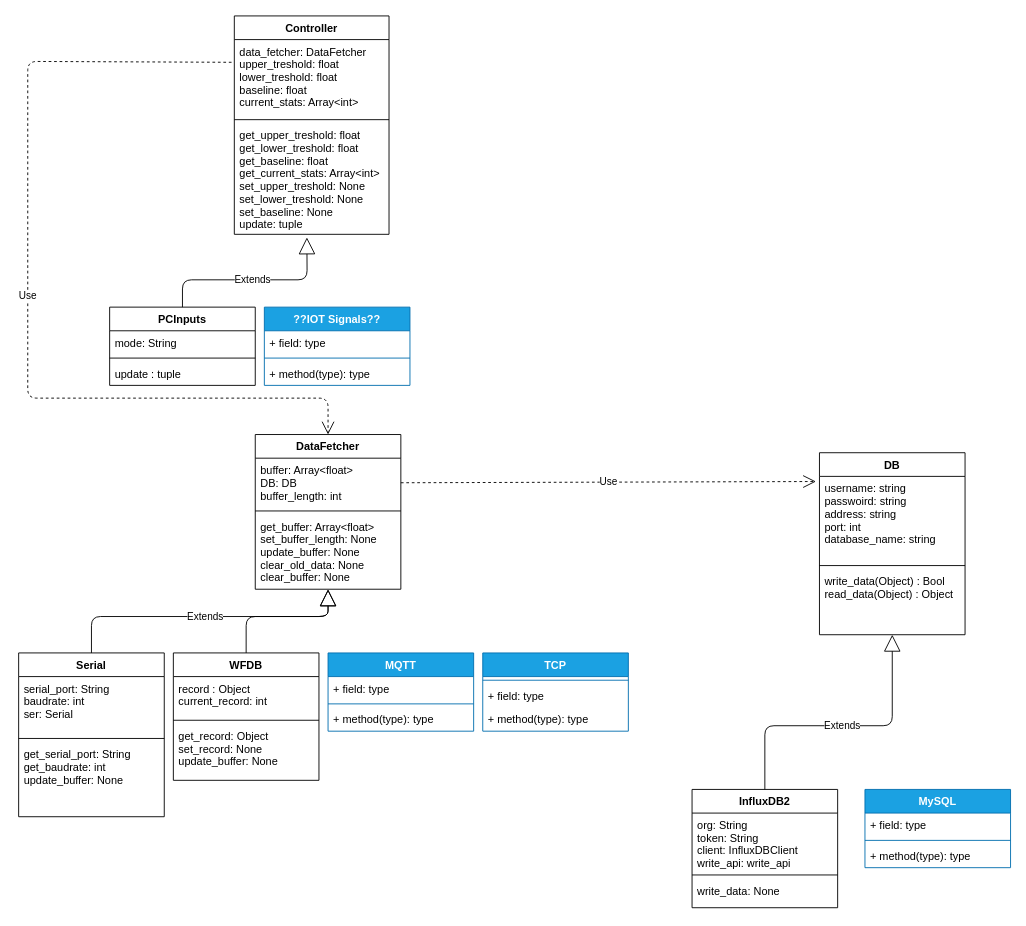
This is UML.drawio from Das-Horn/BIOSLAM-Project, a draw.io file, before an edit. Source tidied: cells renumbered, new cells numbered last; positions are measured from the earlier drawing's top-left corner, leaving out a move shared by most shapes. Both pictures are drawn from the tidied source at 91%, with x=0, y=0 at pixel (18, 15).
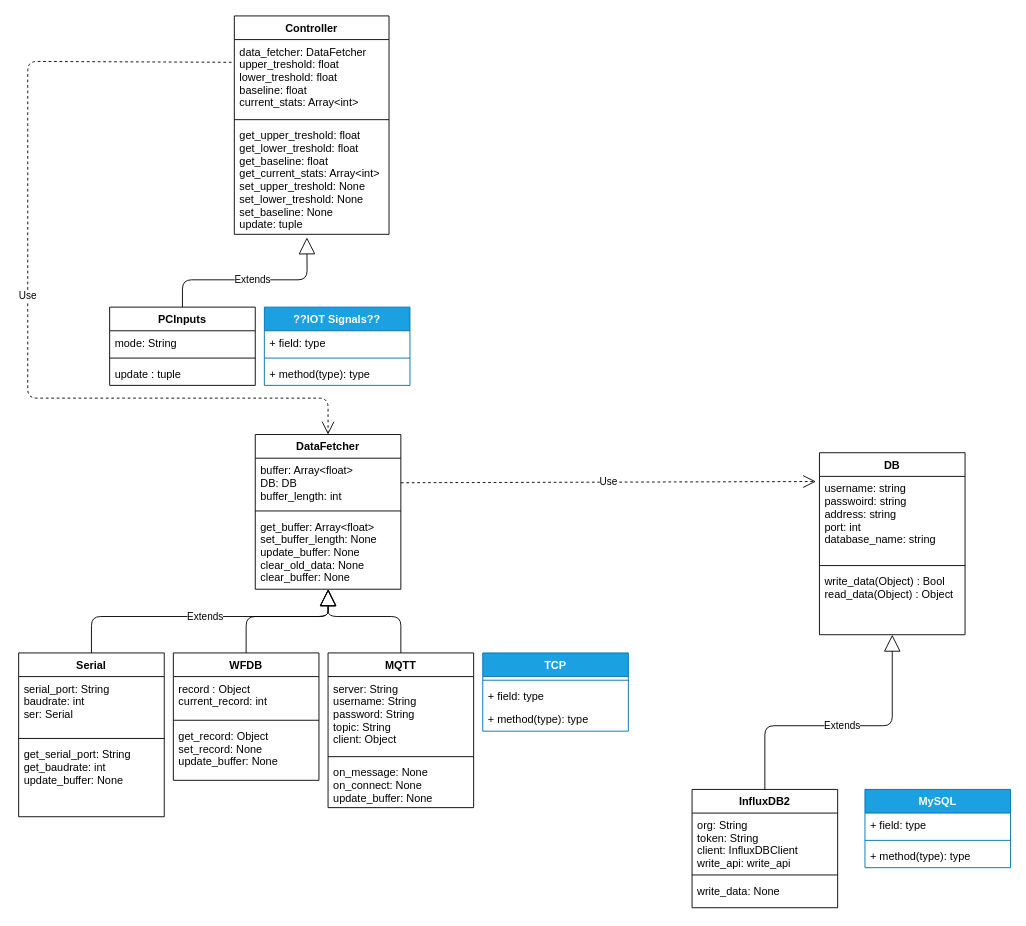
Above is the later version.

Commit message (it also covers changes not shown here):
MQTT in python

Unchanged cells that the change refers to:
```xml
<mxCell id="22" value="get_buffer: Array&lt;float&gt;&#10;set_buffer_length: None&#10;update_buffer: None&#10;clear_old_data: None&#10;clear_buffer: None" style="text;strokeColor=none;fillColor=none;align=left;verticalAlign=top;spacingLeft=4;spacingRight=4;overflow=hidden;points=[[0,0.5],[1,0.5]];portConstraint=eastwest;" parent="19" vertex="1">
  <mxGeometry y="88" width="160" height="82" as="geometry" />
</mxCell>
```

What changed in the source:
```diff
@@
-    <mxCell id="27" value="MQTT" style="swimlane;fontStyle=1;align=center;verticalAlign=top;horizontal=1;startSize=26;fillColor=#1ba1e2;fontColor=#ffffff;strokeColor=#006EAF;" parent="1" vertex="1">
-      <mxGeometry x="340" y="700" width="160" height="86" as="geometry" />
+    <mxCell id="27" value="MQTT" style="swimlane;fontStyle=1;align=center;verticalAlign=top;horizontal=1;startSize=26;" parent="1" vertex="1">
+      <mxGeometry x="340" y="700" width="160" height="170" as="geometry" />
     </mxCell>
-    <mxCell id="28" value="+ field: type" style="text;strokeColor=none;fillColor=none;align=left;verticalAlign=top;spacingLeft=4;spacingRight=4;overflow=hidden;" parent="27" vertex="1">
-      <mxGeometry y="26" width="160" height="26" as="geometry" />
+    <mxCell id="28" value="server: String&#10;username: String&#10;password: String&#10;topic: String&#10;client: Object" style="text;strokeColor=none;fillColor=none;align=left;verticalAlign=top;spacingLeft=4;spacingRight=4;overflow=hidden;" parent="27" vertex="1">
+      <mxGeometry y="26" width="160" height="84" as="geometry" />
     </mxCell>
     <mxCell id="29" style="line;strokeWidth=1;fillColor=none;align=left;verticalAlign=middle;spacingTop=-1;spacingLeft=3;spacingRight=3;labelPosition=right;strokeColor=inherit;" parent="27" vertex="1">
-      <mxGeometry y="52" width="160" height="8" as="geometry" />
+      <mxGeometry y="110" width="160" height="8" as="geometry" />
     </mxCell>
-    <mxCell id="30" value="+ method(type): type" style="text;strokeColor=none;fillColor=none;align=left;verticalAlign=top;spacingLeft=4;spacingRight=4;overflow=hidden;" parent="27" vertex="1">
-      <mxGeometry y="60" width="160" height="26" as="geometry" />
+    <mxCell id="30" value="on_message: None&#10;on_connect: None&#10;update_buffer: None" style="text;strokeColor=none;fillColor=none;align=left;verticalAlign=top;spacingLeft=4;spacingRight=4;overflow=hidden;" parent="27" vertex="1">
+      <mxGeometry y="118" width="160" height="52" as="geometry" />
     </mxCell>
@@
+    <mxCell id="52" style="endArrow=block;endSize=16;endFill=0;html=1;exitX=0.5;exitY=0;exitDx=0;exitDy=0;entryX=0.502;entryY=0.998;entryDx=0;entryDy=0;entryPerimeter=0;" parent="1" edge="1" source="27" target="22">
+      <mxGeometry x="-0.06" relative="1" as="geometry">
+        <Array as="points">
+          <mxPoint x="420" y="660" />
+          <mxPoint x="340" y="660" />
+        </Array>
+      </mxGeometry>
+    </mxCell>
```
